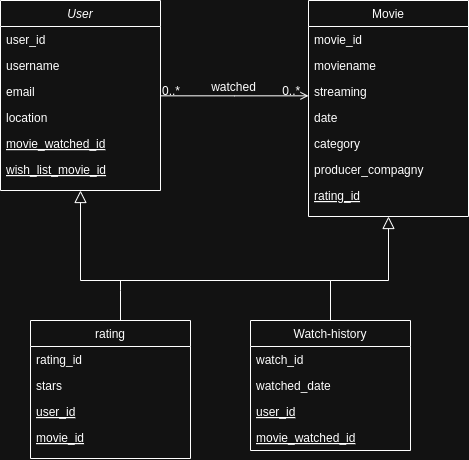
This is movie-streaming/movie-streaming.png from aMAAmina/database-design, a draw.io export, as it was before one commit. Source tidied: cells renumbered, new cells last; positions are measured from the earlier drawing's top-left corner, leaving out a move shared by most shapes.
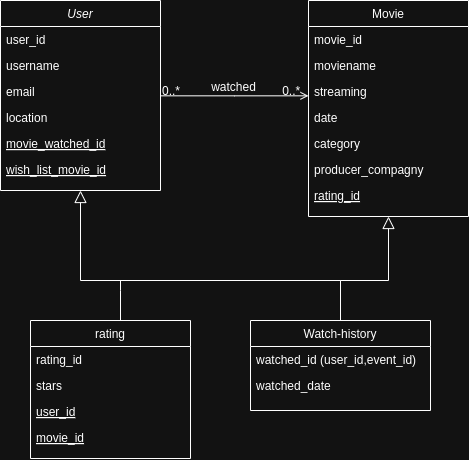
Later version of the same file.

Commit message:
event-management , update movie_streaming

What changed in the source:
```diff
@@ -48,20 +48,14 @@
       <mxGeometry y="104" width="160" height="26" as="geometry" />
     </mxCell>
     <mxCell id="15" value="Watch-history" style="swimlane;fontStyle=0;align=center;verticalAlign=top;horizontal=1;startSize=26;rounded=0;shadow=0;strokeWidth=1;" parent="1" vertex="1">
-      <mxGeometry x="250" y="320" width="160" height="130" as="geometry" />
+      <mxGeometry x="250" y="320" width="180" height="90" as="geometry" />
     </mxCell>
-    <mxCell id="16" value="watch_id" style="text;align=left;verticalAlign=top;spacingLeft=4;spacingRight=4;overflow=hidden;" parent="15" vertex="1">
-      <mxGeometry y="26" width="160" height="26" as="geometry" />
+    <mxCell id="16" value="watched_id (user_id,event_id)" style="text;align=left;verticalAlign=top;spacingLeft=4;spacingRight=4;overflow=hidden;" parent="15" vertex="1">
+      <mxGeometry y="26" width="180" height="26" as="geometry" />
     </mxCell>
     <mxCell id="17" value="watched_date" style="text;align=left;verticalAlign=top;spacingLeft=4;spacingRight=4;overflow=hidden;" parent="15" vertex="1">
-      <mxGeometry y="52" width="160" height="26" as="geometry" />
+      <mxGeometry y="52" width="180" height="26" as="geometry" />
     </mxCell>
-    <mxCell id="18" value="user_id" style="text;align=left;verticalAlign=top;spacingLeft=4;spacingRight=4;overflow=hidden;fontStyle=4;" parent="15" vertex="1">
-      <mxGeometry y="78" width="160" height="26" as="geometry" />
-    </mxCell>
-    <mxCell id="19" value="movie_watched_id" style="text;align=left;verticalAlign=top;spacingLeft=4;spacingRight=4;overflow=hidden;fontStyle=4;" parent="15" vertex="1">
-      <mxGeometry y="104" width="160" height="26" as="geometry" />
-    </mxCell>
     <mxCell id="20" style="endArrow=block;endSize=10;endFill=0;shadow=0;strokeWidth=1;rounded=0;curved=0;edgeStyle=elbowEdgeStyle;elbow=vertical;exitX=0.5;exitY=0;exitDx=0;exitDy=0;" parent="1" edge="1" source="15" target="2">
       <mxGeometry relative="1" as="geometry">
         <Array as="points">
```
